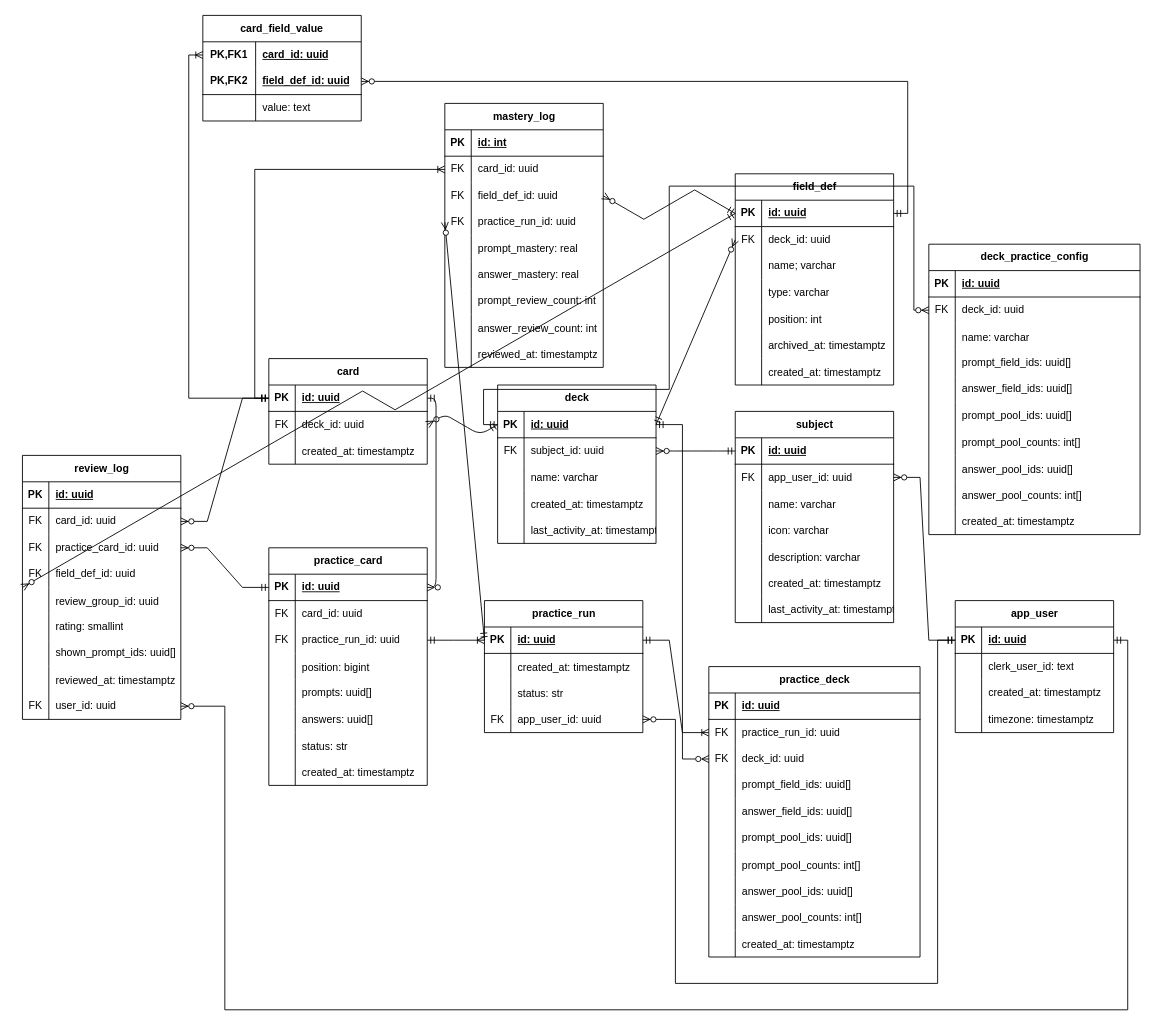
This is docs/Flashy-ERD.drawio from lushihui51/Flashy, a draw.io file, before an edit. Source tidied: cells renumbered, new cells numbered last; positions are measured from the earlier drawing's top-left corner, leaving out a move shared by most shapes. Both pictures are drawn from the tidied source at 88%, with x=0, y=0 at pixel (22, 15).
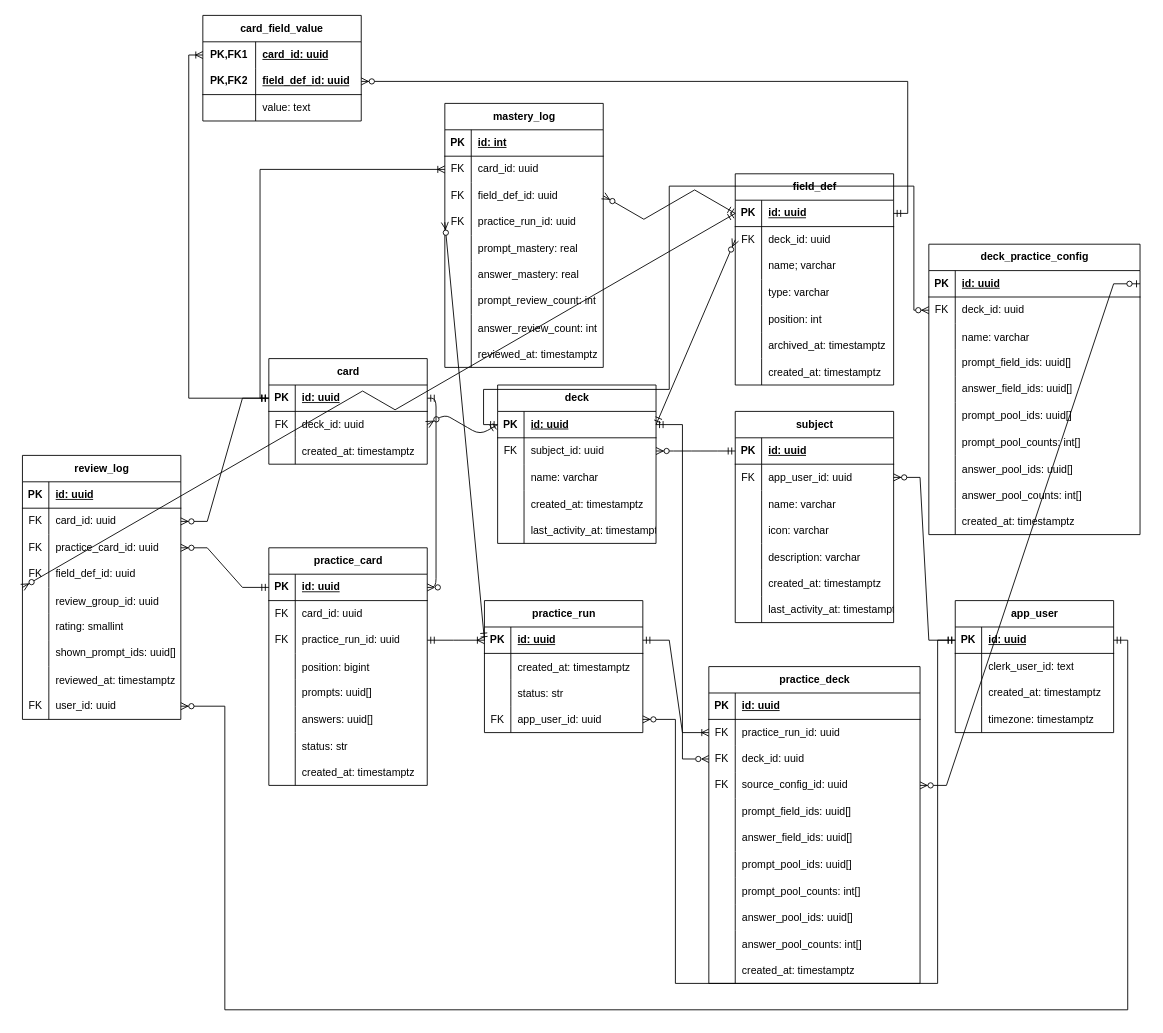
The same page after the edit.

Commit message:
Update to include source_config in practice_deck

The change refers to these unchanged cells:
```xml
<mxCell id="3" style="shape=tableRow;horizontal=0;startSize=0;swimlaneHead=0;swimlaneBody=0;fillColor=none;points=[[0,0.5],[1,0.5]];portConstraint=eastwest;top=0;left=0;right=0;bottom=1;" parent="2" vertex="1">
  <mxGeometry y="30" width="180" height="30" as="geometry" />
</mxCell>
<mxCell id="129" style="shape=tableRow;horizontal=0;startSize=0;swimlaneHead=0;swimlaneBody=0;fillColor=none;points=[[0,0.5],[1,0.5]];portConstraint=eastwest;top=0;left=0;right=0;bottom=1;" parent="128" vertex="1">
  <mxGeometry y="30" width="240" height="30" as="geometry" />
</mxCell>
<mxCell id="245" style="shape=tableRow;horizontal=0;startSize=0;swimlaneHead=0;swimlaneBody=0;fillColor=none;points=[[0,0.5],[1,0.5]];portConstraint=eastwest;top=0;left=0;right=0;bottom=0;" parent="241" vertex="1">
  <mxGeometry y="60" width="180" height="30" as="geometry" />
</mxCell>
```

Diff of the diagram source:
```diff
@@
     <mxCell id="126" style="edgeStyle=orthogonalEdgeStyle;fontSize=12;html=1;endArrow=ERoneToMany;startArrow=ERmandOne;rounded=0;entryX=0;entryY=0.5;entryDx=0;entryDy=0;exitX=0;exitY=0.5;exitDx=0;exitDy=0;libavoidRouting=1;" parent="1" edge="1" source="3" target="245">
-      <mxGeometry relative="1" as="geometry">
-        <Array as="points">
-          <mxPoint x="264" y="435" />
-          <mxPoint x="264" y="175" />
-        </Array>
-      </mxGeometry>
+      <mxGeometry relative="1" as="geometry" />
     </mxCell>
@@
     <mxCell id="159" value="practice_deck" style="shape=table;startSize=30;childLayout=tableLayout;rowLines=0;fontStyle=1;align=center;html=1;" parent="1" vertex="1">
-      <mxGeometry x="780" y="740" width="240" height="330" as="geometry" />
+      <mxGeometry x="780" y="740" width="240" height="360" as="geometry" />
     </mxCell>
@@
+    <mxCell id="270" style="shape=tableRow;horizontal=0;startSize=0;swimlaneHead=0;swimlaneBody=0;fillColor=none;points=[[0,0.5],[1,0.5]];portConstraint=eastwest;top=0;left=0;right=0;bottom=0;" parent="159" vertex="1">
+      <mxGeometry y="120" width="240" height="30" as="geometry" />
+    </mxCell>
+    <mxCell id="271" value="FK" style="shape=partialRectangle;fillColor=none;top=0;left=0;bottom=0;right=0;fontStyle=0;overflow=hidden;whiteSpace=wrap;html=1;" parent="270" vertex="1">
+      <mxGeometry width="30" height="30" as="geometry" />
+    </mxCell>
+    <mxCell id="272" value="source_config_id: uuid" style="shape=partialRectangle;fillColor=none;top=0;left=0;bottom=0;right=0;align=left;spacingLeft=6;fontStyle=0;overflow=hidden;whiteSpace=wrap;html=1;" parent="270" vertex="1">
+      <mxGeometry x="30" width="210" height="30" as="geometry" />
+    </mxCell>
     <mxCell id="169" style="shape=tableRow;horizontal=0;startSize=0;swimlaneHead=0;swimlaneBody=0;fillColor=none;top=0;left=0;right=0;bottom=0;" parent="159" vertex="1">
-      <mxGeometry y="120" width="240" height="30" as="geometry" />
+      <mxGeometry y="150" width="240" height="30" as="geometry" />
     </mxCell>
@@
     <mxCell id="172" style="shape=tableRow;horizontal=0;startSize=0;swimlaneHead=0;swimlaneBody=0;fillColor=none;top=0;left=0;right=0;bottom=0;" parent="159" vertex="1">
-      <mxGeometry y="150" width="240" height="30" as="geometry" />
+      <mxGeometry y="180" width="240" height="30" as="geometry" />
     </mxCell>
@@
     <mxCell id="175" style="shape=tableRow;horizontal=0;startSize=0;swimlaneHead=0;swimlaneBody=0;fillColor=none;top=0;left=0;right=0;bottom=0;" parent="159" vertex="1">
-      <mxGeometry y="180" width="240" height="30" as="geometry" />
+      <mxGeometry y="210" width="240" height="30" as="geometry" />
     </mxCell>
@@
     <mxCell id="178" style="shape=tableRow;horizontal=0;startSize=0;swimlaneHead=0;swimlaneBody=0;fillColor=none;top=0;left=0;right=0;bottom=0;" parent="159" vertex="1">
-      <mxGeometry y="210" width="240" height="30" as="geometry" />
+      <mxGeometry y="240" width="240" height="30" as="geometry" />
     </mxCell>
@@
     <mxCell id="181" style="shape=tableRow;horizontal=0;startSize=0;swimlaneHead=0;swimlaneBody=0;fillColor=none;top=0;left=0;right=0;bottom=0;" parent="159" vertex="1">
-      <mxGeometry y="240" width="240" height="30" as="geometry" />
+      <mxGeometry y="270" width="240" height="30" as="geometry" />
     </mxCell>
@@
     <mxCell id="184" style="shape=tableRow;horizontal=0;startSize=0;swimlaneHead=0;swimlaneBody=0;fillColor=none;top=0;left=0;right=0;bottom=0;" parent="159" vertex="1">
-      <mxGeometry y="270" width="240" height="30" as="geometry" />
+      <mxGeometry y="300" width="240" height="30" as="geometry" />
     </mxCell>
@@
     <mxCell id="187" style="shape=tableRow;horizontal=0;startSize=0;swimlaneHead=0;swimlaneBody=0;fillColor=none;top=0;left=0;right=0;bottom=0;" parent="159" vertex="1">
-      <mxGeometry y="300" width="240" height="30" as="geometry" />
+      <mxGeometry y="330" width="240" height="30" as="geometry" />
     </mxCell>
@@
+    <mxCell id="273" style="edgeStyle=entityRelationEdgeStyle;fontSize=12;html=1;endArrow=ERzeroToMany;startArrow=ERzeroToOne;rounded=0;entryX=1;entryY=0.5;entryDx=0;entryDy=0;exitX=1;exitY=0.5;exitDx=0;exitDy=0;" parent="1" edge="1" source="129" target="270">
+      <mxGeometry relative="1" as="geometry" />
+    </mxCell>
```
